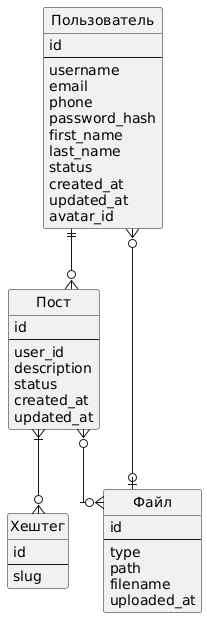
Earlier version of the PlantUML export lab2/ilm.png (mysccasty/db_itmo).
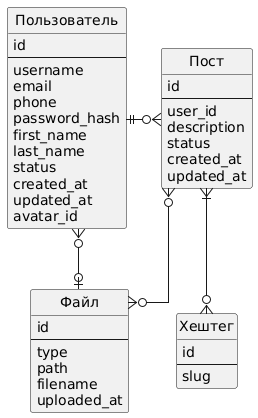
Above is the later version.

Change to the diagram source:
```diff
@@ -43,8 +43,8 @@
   uploaded_at
 }
 
-user ||--o{ post
-user }o--o| file
+user ||-o{ post
+user }o-o| file
+post }o--o{ file
 post }|--o{ hashtag
-post }o--o{ file
 @enduml
```
